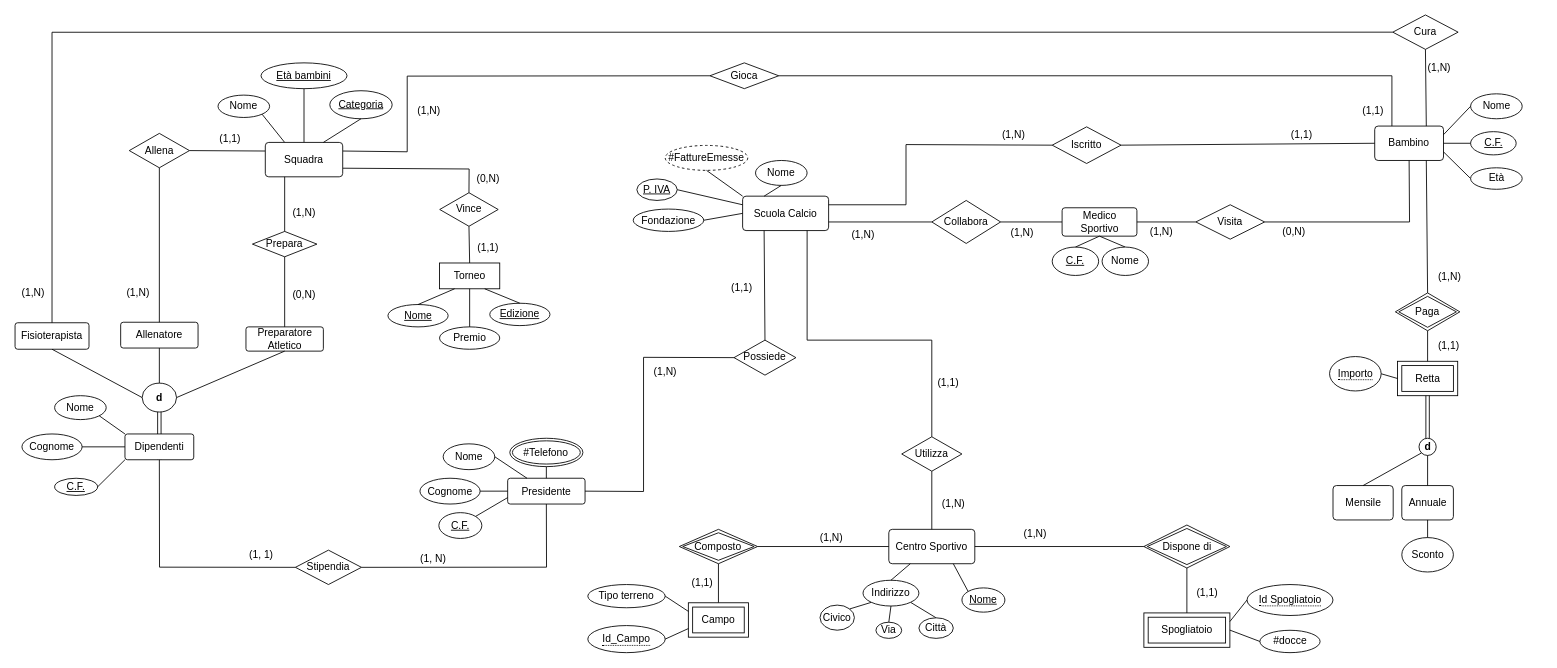
YantCaccia/Progetto-Basi-di-Dati keeps this draw.io diagram as modelli/EER.drawio. Above is the earlier version. Source tidied: cells renumbered, new cells numbered last; positions are measured from the earlier drawing's top-left corner, leaving out a move shared by most shapes. Both pictures are drawn from the tidied source at 86%, with x=0, y=0 at pixel (15, 15).
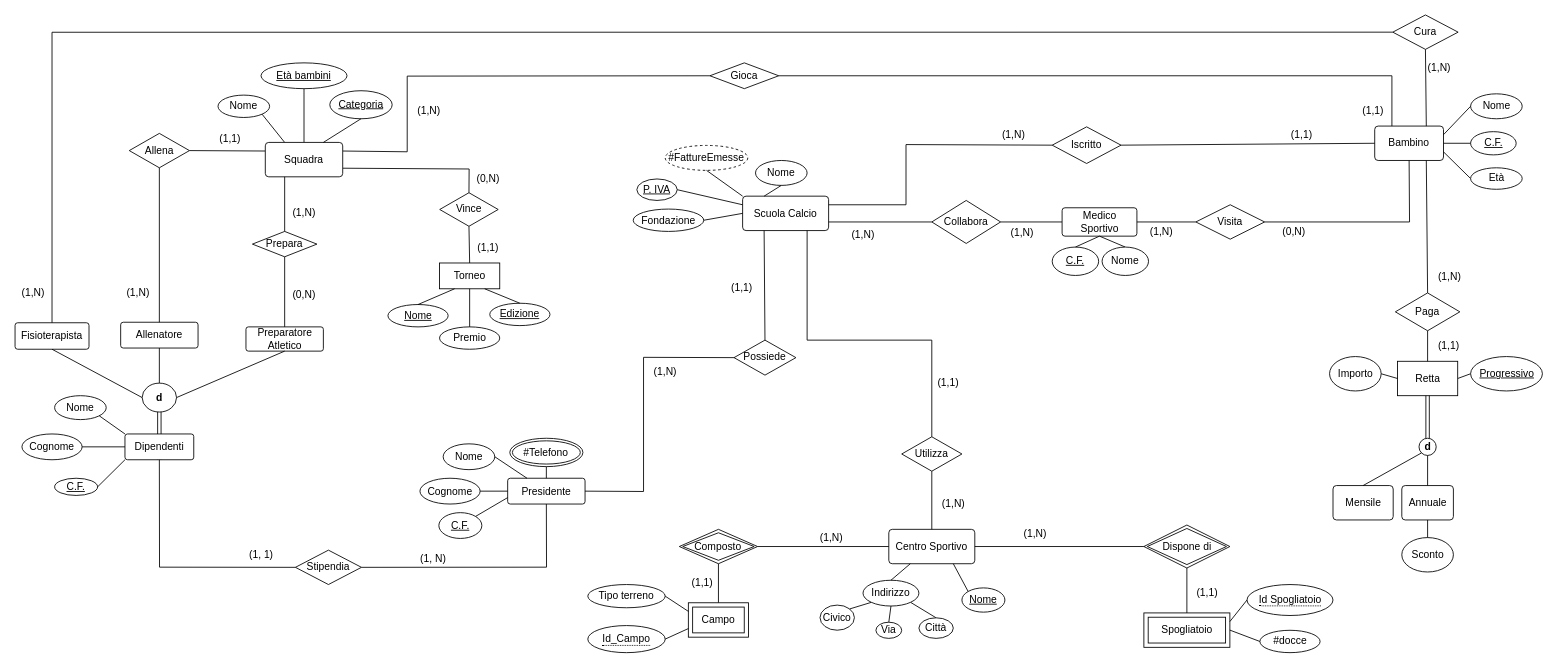
The same page after the edit.

What changed in the source:
```diff
@@
+    <mxCell id="165" style="edgeStyle=none;rounded=0;jettySize=auto;html=1;exitX=1;exitY=0.5;exitDx=0;exitDy=0;entryX=0;entryY=0.5;entryDx=0;entryDy=0;endArrow=none;endFill=0;" parent="1" edge="1" source="8" target="166">
+      <mxGeometry relative="1" as="geometry" />
+    </mxCell>
-    <mxCell id="8" value="Retta" style="shape=ext;margin=3;double=1;whiteSpace=wrap;html=1;align=center;" parent="1" vertex="1">
+    <mxCell id="8" value="Retta" style="shape=ext;margin=3;double=0;whiteSpace=wrap;html=1;align=center;" parent="1" vertex="1">
       <mxGeometry x="1607.5" y="402.6" width="70" height="40" as="geometry" />
     </mxCell>
-    <mxCell id="9" value="Paga" style="shape=rhombus;double=1;perimeter=rhombusPerimeter;whiteSpace=wrap;html=1;align=center;" parent="1" vertex="1">
+    <mxCell id="9" value="Paga" style="shape=rhombus;double=0;perimeter=rhombusPerimeter;whiteSpace=wrap;html=1;align=center;" parent="1" vertex="1">
       <mxGeometry x="1605" y="323.1" width="75" height="44" as="geometry" />
     </mxCell>
@@
-    <mxCell id="33" value="&lt;span style=&quot;border-bottom: 1px dotted&quot;&gt;Importo&lt;/span&gt;" style="ellipse;whiteSpace=wrap;html=1;align=center;" parent="1" vertex="1">
+    <mxCell id="33" value="Importo" style="ellipse;whiteSpace=wrap;html=1;align=center;" parent="1" vertex="1">
       <mxGeometry x="1528.5" y="397.1" width="60" height="40" as="geometry" />
     </mxCell>
@@
+    <mxCell id="166" value="&lt;u&gt;Progressivo&lt;/u&gt;" style="ellipse;whiteSpace=wrap;html=1;align=center;" parent="1" vertex="1">
+      <mxGeometry x="1692.5" y="397.1" width="83.5" height="40" as="geometry" />
+    </mxCell>
```
